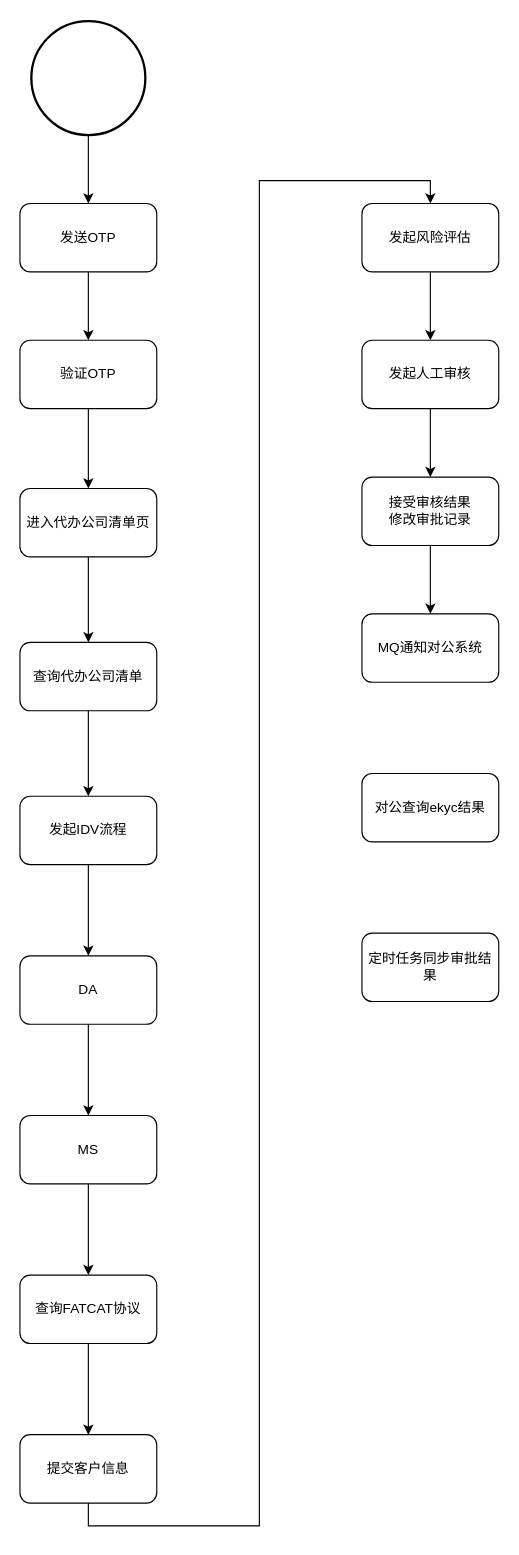
This is page "第 2 页" (2 of 3) of 对公开户.drawio from QirongZhang/draw.io.repo, a draw.io file, before an edit. Source tidied: cells renumbered, new cells numbered last; positions are measured from the earlier drawing's top-left corner, leaving out a move shared by most shapes. Both pictures are drawn from the tidied source at 114%, with x=0, y=0 at pixel (19, 21).
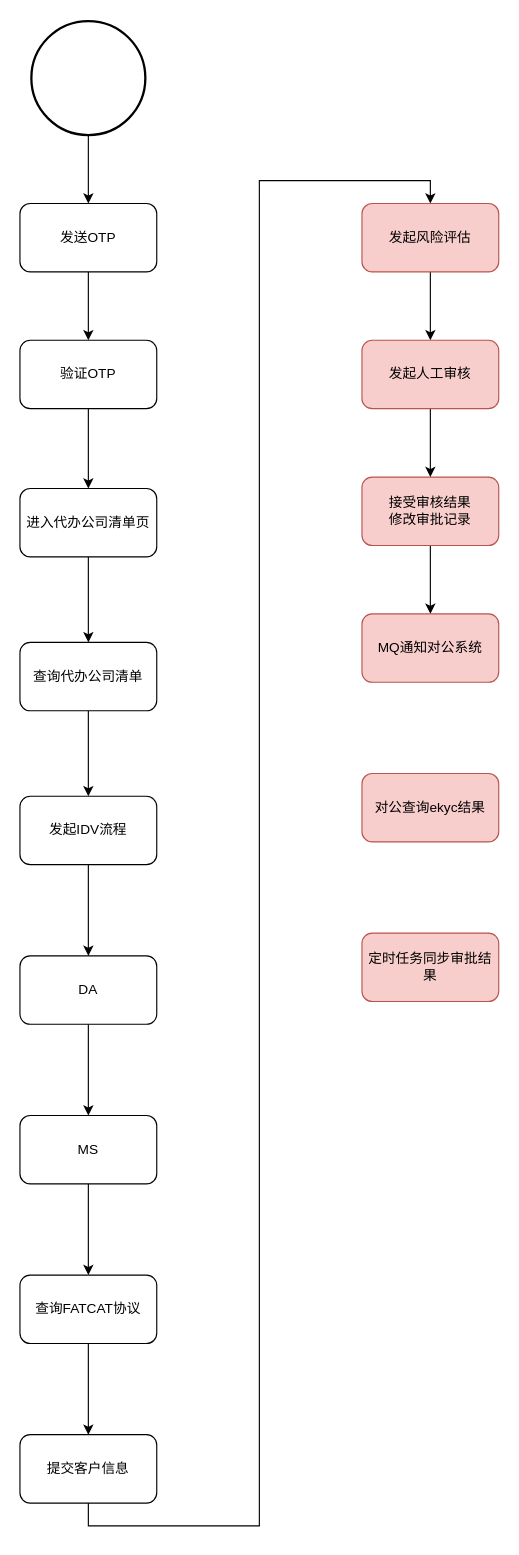
After the change.

Diff of the diagram source:
```diff
@@
-    <mxCell id="21" value="发起风险评估" style="rounded=1;whiteSpace=wrap;html=1;" parent="1" vertex="1">
+    <mxCell id="21" value="发起风险评估" style="rounded=1;whiteSpace=wrap;html=1;fillColor=#f8cecc;strokeColor=#b85450;" parent="1" vertex="1">
       <mxGeometry x="300" y="160" width="120" height="60" as="geometry" />
     </mxCell>
@@
-    <mxCell id="25" value="接受审核结果&lt;br&gt;修改审批记录" style="rounded=1;whiteSpace=wrap;html=1;" parent="1" vertex="1">
+    <mxCell id="25" value="接受审核结果&lt;br&gt;修改审批记录" style="rounded=1;whiteSpace=wrap;html=1;fillColor=#f8cecc;strokeColor=#b85450;" parent="1" vertex="1">
       <mxGeometry x="300" y="400" width="120" height="60" as="geometry" />
     </mxCell>
@@
-    <mxCell id="27" value="发起人工审核" style="rounded=1;whiteSpace=wrap;html=1;fillColor=none;" parent="1" vertex="1">
+    <mxCell id="27" value="发起人工审核" style="rounded=1;whiteSpace=wrap;html=1;fillColor=#f8cecc;strokeColor=#b85450;" parent="1" vertex="1">
       <mxGeometry x="300" y="280" width="120" height="60" as="geometry" />
     </mxCell>
-    <mxCell id="28" value="MQ通知对公系统" style="rounded=1;whiteSpace=wrap;html=1;fillColor=none;" parent="1" vertex="1">
+    <mxCell id="28" value="MQ通知对公系统" style="rounded=1;whiteSpace=wrap;html=1;fillColor=#f8cecc;strokeColor=#b85450;" parent="1" vertex="1">
       <mxGeometry x="300" y="520" width="120" height="60" as="geometry" />
     </mxCell>
-    <mxCell id="29" value="对公查询ekyc结果" style="rounded=1;whiteSpace=wrap;html=1;fillColor=none;" parent="1" vertex="1">
+    <mxCell id="29" value="对公查询ekyc结果" style="rounded=1;whiteSpace=wrap;html=1;fillColor=#f8cecc;strokeColor=#b85450;" parent="1" vertex="1">
       <mxGeometry x="300" y="660" width="120" height="60" as="geometry" />
     </mxCell>
-    <mxCell id="30" value="定时任务同步审批结果" style="rounded=1;whiteSpace=wrap;html=1;fillColor=none;" parent="1" vertex="1">
+    <mxCell id="30" value="定时任务同步审批结果" style="rounded=1;whiteSpace=wrap;html=1;fillColor=#f8cecc;strokeColor=#b85450;" parent="1" vertex="1">
       <mxGeometry x="300" y="800" width="120" height="60" as="geometry" />
     </mxCell>
```
